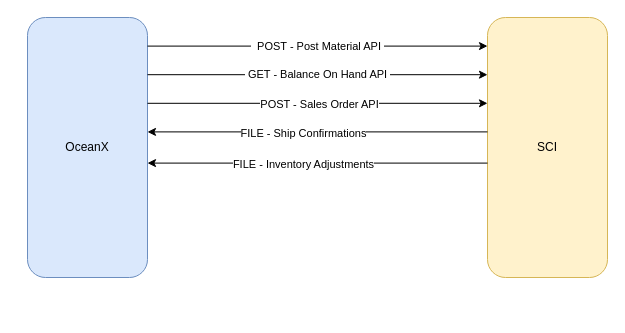
campbelltravis/Workflows keeps this draw.io diagram as OCX to SCI Flow.drawio. Above is the earlier version. Source tidied: cells renumbered, new cells numbered last; positions are measured from the earlier drawing's top-left corner, leaving out a move shared by most shapes. Both pictures are drawn from the tidied source at 100%, with x=0, y=0 at pixel (27, 17).
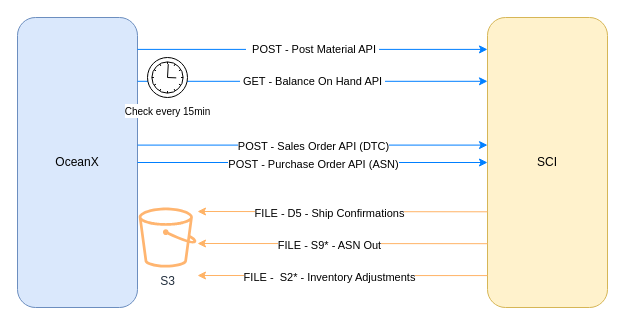
The same page after the edit.

Change to the diagram source:
```diff
@@
     <mxCell id="2" value="OceanX" style="rounded=1;whiteSpace=wrap;html=1;points=[[0,0,0,0,0],[0,0.25,0,0,0],[0,0.5,0,0,0],[0,0.75,0,0,0],[0,1,0,0,0],[0.25,0,0,0,0],[0.25,1,0,0,0],[0.5,0,0,0,0],[0.5,1,0,0,0],[0.75,0,0,0,0],[0.75,1,0,0,0],[1,0,0,0,0],[1,0.11,0,0,0],[1,0.22,0,0,0],[1,0.25,0,0,0],[1,0.33,0,0,0],[1,0.44,0,0,0],[1,0.5,0,0,0],[1,0.56,0,0,0],[1,0.67,0,0,0],[1,0.75,0,0,0],[1,0.78,0,0,0],[1,0.89,0,0,0],[1,1,0,0,0]];fillColor=#dae8fc;strokeColor=#6c8ebf;" parent="1" vertex="1">
-      <mxGeometry width="120" height="260" as="geometry" />
+      <mxGeometry x="-10" width="120" height="290" as="geometry" />
     </mxCell>
     <mxCell id="3" value="SCI" style="rounded=1;whiteSpace=wrap;html=1;points=[[0,0,0,0,0],[0,0.11,0,0,0],[0,0.22,0,0,0],[0,0.25,0,0,0],[0,0.33,0,0,0],[0,0.44,0,0,0],[0,0.5,0,0,0],[0,0.56,0,0,0],[0,0.67,0,0,0],[0,0.75,0,0,0],[0,0.78,0,0,0],[0,0.89,0,0,0],[0,1,0,0,0],[0.25,0,0,0,0],[0.25,1,0,0,0],[0.5,0,0,0,0],[0.5,1,0,0,0],[0.75,0,0,0,0],[0.75,1,0,0,0],[1,0,0,0,0],[1,0.11,0,0,0],[1,0.22,0,0,0],[1,0.25,0,0,0],[1,0.33,0,0,0],[1,0.44,0,0,0],[1,0.5,0,0,0],[1,0.56,0,0,0],[1,0.67,0,0,0],[1,0.75,0,0,0],[1,0.78,0,0,0],[1,0.89,0,0,0],[1,1,0,0,0]];fillColor=#fff2cc;strokeColor=#d6b656;" parent="1" vertex="1">
-      <mxGeometry x="460" width="120" height="260" as="geometry" />
+      <mxGeometry x="460" width="120" height="290" as="geometry" />
     </mxCell>
-    <mxCell id="4" value="&lt;table class=&quot;NormalTable&quot;&gt;&lt;tbody&gt;&lt;tr&gt;&lt;td width=&quot;200&quot;&gt;&lt;span class=&quot;fontstyle0&quot;&gt;&amp;nbsp;POST - Post Material API&lt;/span&gt;&lt;/td&gt;&lt;/tr&gt;&lt;/tbody&gt;&lt;/table&gt;" style="endArrow=classic;html=1;rounded=0;exitX=1;exitY=0.11;exitDx=0;exitDy=0;exitPerimeter=0;entryX=0;entryY=0.11;entryDx=0;entryDy=0;entryPerimeter=0;" parent="1" edge="1" source="2" target="3">
+    <mxCell id="4" value="&lt;table class=&quot;NormalTable&quot;&gt;&lt;tbody&gt;&lt;tr&gt;&lt;td width=&quot;200&quot;&gt;&lt;span class=&quot;fontstyle0&quot;&gt;&amp;nbsp;POST - Post Material API&lt;/span&gt;&lt;/td&gt;&lt;/tr&gt;&lt;/tbody&gt;&lt;/table&gt;" style="endArrow=classic;html=1;rounded=0;exitX=1;exitY=0.11;exitDx=0;exitDy=0;exitPerimeter=0;entryX=0;entryY=0.11;entryDx=0;entryDy=0;entryPerimeter=0;strokeColor=#007FFF;" parent="1" edge="1" source="2" target="3">
       <mxGeometry relative="1" as="geometry" />
     </mxCell>
-    <mxCell id="5" style="endArrow=classic;html=1;rounded=0;exitX=1;exitY=0.33;exitDx=0;exitDy=0;exitPerimeter=0;entryX=0;entryY=0.33;entryDx=0;entryDy=0;entryPerimeter=0;" parent="1" edge="1" source="2" target="3">
+    <mxCell id="5" style="endArrow=classic;html=1;rounded=0;exitX=1;exitY=0.44;exitDx=0;exitDy=0;exitPerimeter=0;entryX=0;entryY=0.44;entryDx=0;entryDy=0;entryPerimeter=0;strokeColor=#007FFF;" parent="1" edge="1" source="2" target="3">
       <mxGeometry relative="1" as="geometry" />
     </mxCell>
-    <mxCell id="6" value="POST - Sales Order API" style="edgeLabel;html=1;align=center;verticalAlign=middle;" parent="5" vertex="1">
+    <mxCell id="6" value="POST - Sales Order API (DTC)" style="edgeLabel;html=1;align=center;verticalAlign=middle;" parent="5" vertex="1">
       <mxGeometry x="-0.12" y="-1" relative="1" as="geometry">
         <mxPoint x="21" as="offset" />
       </mxGeometry>
     </mxCell>
-    <mxCell id="7" style="endArrow=classic;html=1;rounded=0;exitX=0;exitY=0.44;exitDx=0;exitDy=0;exitPerimeter=0;entryX=1;entryY=0.44;entryDx=0;entryDy=0;entryPerimeter=0;" parent="1" edge="1" source="3" target="2">
-      <mxGeometry relative="1" as="geometry" />
+    <mxCell id="7" style="endArrow=classic;html=1;rounded=0;exitX=0;exitY=0.67;exitDx=0;exitDy=0;exitPerimeter=0;strokeColor=#FFB366;" parent="1" edge="1" source="3">
+      <mxGeometry relative="1" as="geometry">
+        <mxPoint x="170" y="194" as="targetPoint" />
+      </mxGeometry>
     </mxCell>
-    <mxCell id="8" value="FILE - Ship Confirmations" style="edgeLabel;html=1;align=center;verticalAlign=middle;" parent="7" vertex="1">
+    <mxCell id="8" value="FILE - D5 - Ship Confirmations" style="edgeLabel;html=1;align=center;verticalAlign=middle;" parent="7" vertex="1">
       <mxGeometry x="0.09" y="1" relative="1" as="geometry" />
     </mxCell>
-    <mxCell id="9" value="&lt;table class=&quot;NormalTable&quot;&gt;&lt;tbody&gt;&lt;tr&gt;&lt;td width=&quot;200&quot;&gt;&lt;span class=&quot;fontstyle0&quot;&gt;GET - Balance On Hand API&lt;/span&gt;&lt;/td&gt;&lt;/tr&gt;&lt;/tbody&gt;&lt;/table&gt;" style="endArrow=classic;html=1;rounded=0;exitX=1;exitY=0.22;exitDx=0;exitDy=0;exitPerimeter=0;entryX=0;entryY=0.22;entryDx=0;entryDy=0;entryPerimeter=0;" parent="1" edge="1" source="2" target="3">
+    <mxCell id="9" value="&lt;table class=&quot;NormalTable&quot;&gt;&lt;tbody&gt;&lt;tr&gt;&lt;td width=&quot;200&quot;&gt;&lt;span class=&quot;fontstyle0&quot;&gt;GET - Balance On Hand API&lt;/span&gt;&lt;/td&gt;&lt;/tr&gt;&lt;/tbody&gt;&lt;/table&gt;" style="endArrow=classic;html=1;rounded=0;exitX=1;exitY=0.22;exitDx=0;exitDy=0;exitPerimeter=0;entryX=0;entryY=0.22;entryDx=0;entryDy=0;entryPerimeter=0;strokeColor=#007FFF;" parent="1" edge="1" source="2" target="3">
       <mxGeometry relative="1" as="geometry" />
     </mxCell>
-    <mxCell id="10" style="endArrow=classic;html=1;rounded=0;exitX=0;exitY=0.56;exitDx=0;exitDy=0;exitPerimeter=0;entryX=1;entryY=0.56;entryDx=0;entryDy=0;entryPerimeter=0;" parent="1" edge="1" source="3" target="2">
-      <mxGeometry relative="1" as="geometry" />
+    <mxCell id="10" style="endArrow=classic;html=1;rounded=0;exitX=0;exitY=0.89;exitDx=0;exitDy=0;exitPerimeter=0;strokeColor=#FFB366;" parent="1" edge="1" source="3">
+      <mxGeometry relative="1" as="geometry">
+        <mxPoint x="170" y="258" as="targetPoint" />
+      </mxGeometry>
     </mxCell>
-    <mxCell id="11" value="FILE - Inventory Adjustments" style="edgeLabel;html=1;align=center;verticalAlign=middle;" parent="10" vertex="1">
+    <mxCell id="11" value="FILE -&amp;nbsp; S2* - Inventory Adjustments" style="edgeLabel;html=1;align=center;verticalAlign=middle;" parent="10" vertex="1">
       <mxGeometry x="0.09" y="1" relative="1" as="geometry" />
     </mxCell>
@@
+    <mxCell id="13" value="S3" style="sketch=0;fontColor=#232F3E;gradientColor=none;fillColor=#FFB570;strokeColor=none;dashed=0;verticalLabelPosition=bottom;verticalAlign=top;align=center;html=1;fontSize=12;fontStyle=0;shape=mxgraph.aws4.bucket;" parent="1" vertex="1">
+      <mxGeometry x="111.2" y="190" width="57.7" height="60" as="geometry" />
+    </mxCell>
+    <mxCell id="14" value="&lt;font style=&quot;font-size: 10px&quot;&gt;Check every 15min&lt;/font&gt;" style="shape=mxgraph.bpmn.event;html=1;verticalLabelPosition=bottom;labelBackgroundColor=#ffffff;verticalAlign=top;align=center;perimeter=ellipsePerimeter;outline=standard;symbol=timer;fillColor=#FFFFFF;gradientColor=none;" parent="1" vertex="1">
+      <mxGeometry x="120" y="40" width="40" height="40" as="geometry" />
+    </mxCell>
+    <mxCell id="15" style="endArrow=classic;html=1;rounded=0;exitX=1;exitY=0.5;exitDx=0;exitDy=0;exitPerimeter=0;entryX=0;entryY=0.5;entryDx=0;entryDy=0;entryPerimeter=0;strokeColor=#007FFF;" parent="1" edge="1" source="2" target="3">
+      <mxGeometry relative="1" as="geometry">
+        <Array as="points">
+          <mxPoint x="290" y="145" />
+        </Array>
+      </mxGeometry>
+    </mxCell>
+    <mxCell id="16" value="POST - Purchase Order API (ASN)" style="edgeLabel;html=1;align=center;verticalAlign=middle;" parent="15" vertex="1">
+      <mxGeometry x="-0.12" y="-1" relative="1" as="geometry">
+        <mxPoint x="21" as="offset" />
+      </mxGeometry>
+    </mxCell>
+    <mxCell id="17" style="endArrow=classic;html=1;rounded=0;exitX=0;exitY=0.78;exitDx=0;exitDy=0;exitPerimeter=0;strokeColor=#FFB366;" parent="1" edge="1" source="3">
+      <mxGeometry relative="1" as="geometry">
+        <mxPoint x="170" y="226" as="targetPoint" />
+      </mxGeometry>
+    </mxCell>
+    <mxCell id="18" value="FILE - S9* - ASN Out" style="edgeLabel;html=1;align=center;verticalAlign=middle;" parent="17" vertex="1">
+      <mxGeometry x="0.09" y="1" relative="1" as="geometry" />
+    </mxCell>
```
